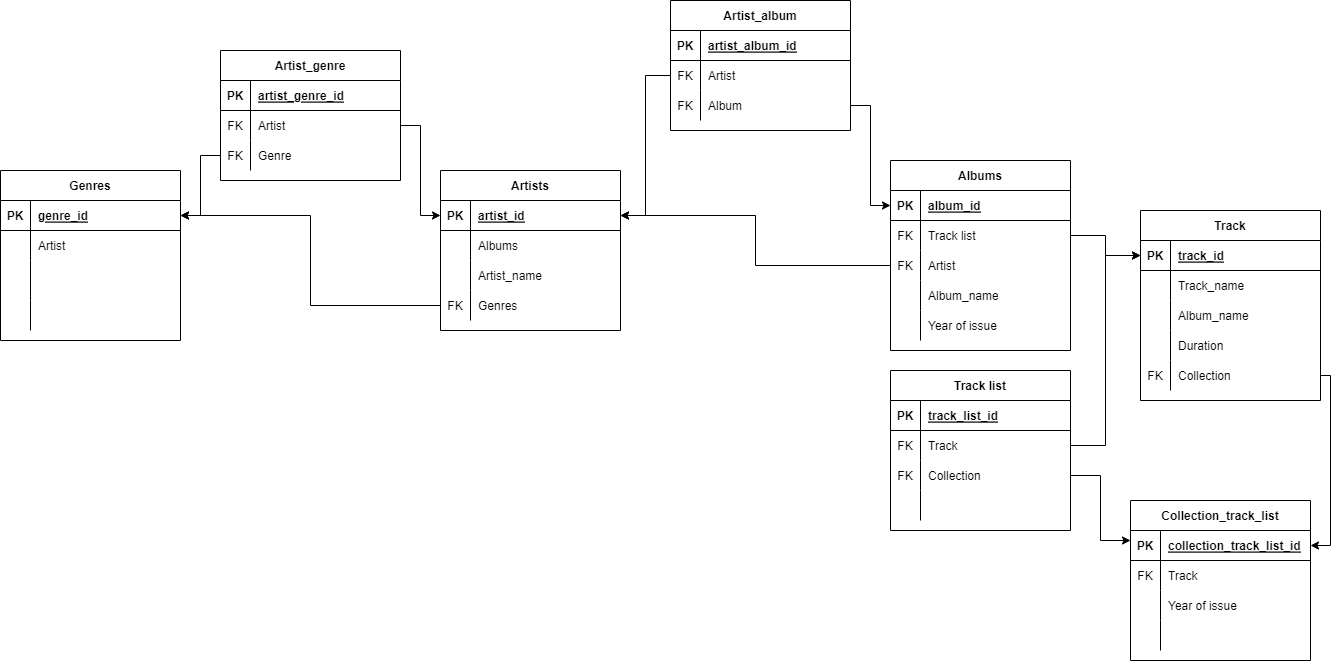
NoL1eZ/sqlpy_dz_2 keeps this draw.io diagram as sqlpy_dz_2.drawio.png. Above is the earlier version. Source tidied: cells renumbered, new cells last; positions are measured from the earlier drawing's top-left corner, leaving out a move shared by most shapes.
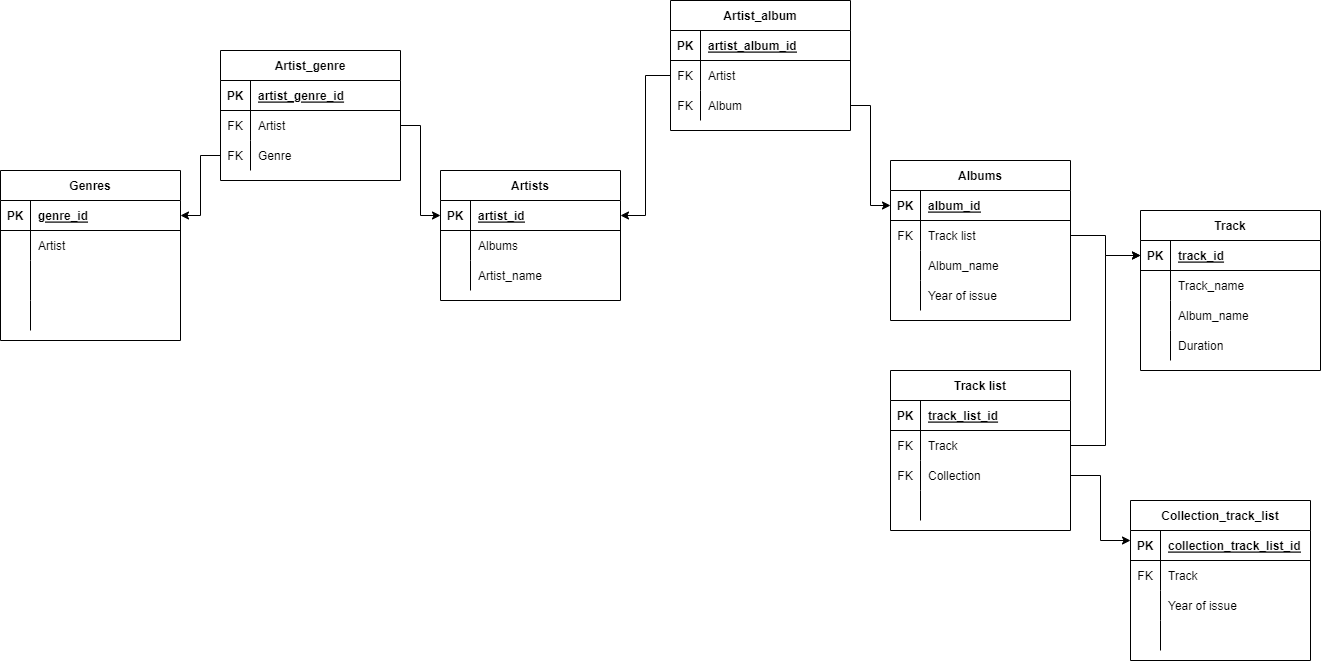
After the commit.

Change to the diagram source:
```diff
@@ -42,7 +42,7 @@
       <mxGeometry x="30" width="150" height="30" as="geometry" />
     </mxCell>
     <mxCell id="15" value="Artists" style="shape=table;startSize=30;rowLines=0;fontStyle=1;align=center;" parent="1" vertex="1">
-      <mxGeometry x="440" y="170" width="180" height="160" as="geometry" />
+      <mxGeometry x="440" y="170" width="180" height="130" as="geometry" />
     </mxCell>
     <mxCell id="16" style="shape=tableRow;horizontal=0;startSize=0;swimlaneHead=0;swimlaneBody=0;fillColor=none;points=[[0,0.5],[1,0.5]];portConstraint=eastwest;top=0;left=0;right=0;bottom=1;" parent="15" vertex="1">
       <mxGeometry y="30" width="180" height="30" as="geometry" />
@@ -71,17 +71,8 @@
     <mxCell id="24" value="Artist_name" style="shape=partialRectangle;fillColor=none;top=0;left=0;bottom=0;right=0;align=left;spacingLeft=6;overflow=hidden;" parent="22" vertex="1">
       <mxGeometry x="30" width="150" height="30" as="geometry" />
     </mxCell>
-    <mxCell id="25" style="shape=tableRow;horizontal=0;startSize=0;swimlaneHead=0;swimlaneBody=0;fillColor=none;points=[[0,0.5],[1,0.5]];portConstraint=eastwest;top=0;left=0;right=0;bottom=0;" parent="15" vertex="1">
-      <mxGeometry y="120" width="180" height="30" as="geometry" />
-    </mxCell>
-    <mxCell id="26" value="FK" style="shape=partialRectangle;fillColor=none;top=0;left=0;bottom=0;right=0;overflow=hidden;" parent="25" vertex="1">
-      <mxGeometry width="30" height="30" as="geometry" />
-    </mxCell>
-    <mxCell id="27" value="Genres" style="shape=partialRectangle;fillColor=none;top=0;left=0;bottom=0;right=0;align=left;spacingLeft=6;overflow=hidden;" parent="25" vertex="1">
-      <mxGeometry x="30" width="150" height="30" as="geometry" />
-    </mxCell>
     <mxCell id="28" value="Albums" style="shape=table;startSize=30;rowLines=0;fontStyle=1;align=center;" parent="1" vertex="1">
-      <mxGeometry x="890" y="160" width="180" height="190" as="geometry" />
+      <mxGeometry x="890" y="160" width="180" height="160" as="geometry" />
     </mxCell>
     <mxCell id="29" style="shape=tableRow;horizontal=0;startSize=0;swimlaneHead=0;swimlaneBody=0;fillColor=none;points=[[0,0.5],[1,0.5]];portConstraint=eastwest;top=0;left=0;right=0;bottom=1;" parent="28" vertex="1">
       <mxGeometry y="30" width="180" height="30" as="geometry" />
@@ -101,17 +92,8 @@
     <mxCell id="34" value="Track list" style="shape=partialRectangle;fillColor=none;top=0;left=0;bottom=0;right=0;align=left;spacingLeft=6;overflow=hidden;" parent="32" vertex="1">
       <mxGeometry x="30" width="150" height="30" as="geometry" />
     </mxCell>
-    <mxCell id="35" style="shape=tableRow;horizontal=0;startSize=0;swimlaneHead=0;swimlaneBody=0;fillColor=none;points=[[0,0.5],[1,0.5]];portConstraint=eastwest;top=0;left=0;right=0;bottom=0;" parent="28" vertex="1">
-      <mxGeometry y="90" width="180" height="30" as="geometry" />
-    </mxCell>
-    <mxCell id="36" value="FK" style="shape=partialRectangle;fillColor=none;top=0;left=0;bottom=0;right=0;overflow=hidden;" parent="35" vertex="1">
-      <mxGeometry width="30" height="30" as="geometry" />
-    </mxCell>
-    <mxCell id="37" value="Artist" style="shape=partialRectangle;fillColor=none;top=0;left=0;bottom=0;right=0;align=left;spacingLeft=6;overflow=hidden;" parent="35" vertex="1">
-      <mxGeometry x="30" width="150" height="30" as="geometry" />
-    </mxCell>
     <mxCell id="38" style="shape=tableRow;horizontal=0;startSize=0;swimlaneHead=0;swimlaneBody=0;fillColor=none;top=0;left=0;right=0;bottom=0;" parent="28" vertex="1">
-      <mxGeometry y="120" width="180" height="30" as="geometry" />
+      <mxGeometry y="90" width="180" height="30" as="geometry" />
     </mxCell>
     <mxCell id="39" style="shape=partialRectangle;fillColor=none;top=0;left=0;bottom=0;right=0;overflow=hidden;" parent="38" vertex="1">
       <mxGeometry width="30" height="30" as="geometry" />
@@ -120,7 +102,7 @@
       <mxGeometry x="30" width="150" height="30" as="geometry" />
     </mxCell>
     <mxCell id="41" style="shape=tableRow;horizontal=0;startSize=0;swimlaneHead=0;swimlaneBody=0;fillColor=none;top=0;left=0;right=0;bottom=0;" parent="28" vertex="1">
-      <mxGeometry y="150" width="180" height="30" as="geometry" />
+      <mxGeometry y="120" width="180" height="30" as="geometry" />
     </mxCell>
     <mxCell id="42" style="shape=partialRectangle;fillColor=none;top=0;left=0;bottom=0;right=0;overflow=hidden;" parent="41" vertex="1">
       <mxGeometry width="30" height="30" as="geometry" />
@@ -168,7 +150,7 @@
       <mxGeometry x="30" width="150" height="30" as="geometry" />
     </mxCell>
     <mxCell id="57" value="Track" style="shape=table;startSize=30;rowLines=0;fontStyle=1;align=center;" parent="1" vertex="1">
-      <mxGeometry x="1140" y="210" width="180" height="190" as="geometry" />
+      <mxGeometry x="1140" y="210" width="180" height="160" as="geometry" />
     </mxCell>
     <mxCell id="58" style="shape=tableRow;horizontal=0;startSize=0;swimlaneHead=0;swimlaneBody=0;fillColor=none;points=[[0,0.5],[1,0.5]];portConstraint=eastwest;top=0;left=0;right=0;bottom=1;" parent="57" vertex="1">
       <mxGeometry y="30" width="180" height="30" as="geometry" />
@@ -206,15 +188,6 @@
     <mxCell id="69" value="Duration" style="shape=partialRectangle;fillColor=none;top=0;left=0;bottom=0;right=0;align=left;spacingLeft=6;overflow=hidden;" parent="67" vertex="1">
       <mxGeometry x="30" width="150" height="30" as="geometry" />
     </mxCell>
-    <mxCell id="70" style="shape=tableRow;horizontal=0;startSize=0;swimlaneHead=0;swimlaneBody=0;fillColor=none;points=[[0,0.5],[1,0.5]];portConstraint=eastwest;top=0;left=0;right=0;bottom=0;" parent="57" vertex="1">
-      <mxGeometry y="150" width="180" height="30" as="geometry" />
-    </mxCell>
-    <mxCell id="71" value="FK" style="shape=partialRectangle;fillColor=none;top=0;left=0;bottom=0;right=0;overflow=hidden;" parent="70" vertex="1">
-      <mxGeometry width="30" height="30" as="geometry" />
-    </mxCell>
-    <mxCell id="72" value="Collection" style="shape=partialRectangle;fillColor=none;top=0;left=0;bottom=0;right=0;align=left;spacingLeft=6;overflow=hidden;" parent="70" vertex="1">
-      <mxGeometry x="30" width="150" height="30" as="geometry" />
-    </mxCell>
     <mxCell id="73" value="Collection_track_list" style="shape=table;startSize=30;rowLines=0;fontStyle=1;align=center;" parent="1" vertex="1">
       <mxGeometry x="1130" y="500" width="180" height="160" as="geometry" />
     </mxCell>
@@ -320,18 +293,12 @@
     <mxCell id="107" value="Album" style="shape=partialRectangle;fillColor=none;top=0;left=0;bottom=0;right=0;align=left;spacingLeft=6;overflow=hidden;" parent="105" vertex="1">
       <mxGeometry x="30" width="150" height="30" as="geometry" />
     </mxCell>
-    <mxCell id="108" style="edgeStyle=orthogonalEdgeStyle;rounded=0;jettySize=auto;html=1;exitX=0;exitY=0.5;exitDx=0;exitDy=0;entryX=1;entryY=0.5;entryDx=0;entryDy=0;" parent="1" edge="1" source="25" target="3">
-      <mxGeometry relative="1" as="geometry" />
-    </mxCell>
     <mxCell id="109" style="edgeStyle=orthogonalEdgeStyle;rounded=0;jettySize=auto;html=1;entryX=1;entryY=0.5;entryDx=0;entryDy=0;" parent="1" edge="1" source="102" target="16">
       <mxGeometry relative="1" as="geometry" />
     </mxCell>
     <mxCell id="110" style="edgeStyle=orthogonalEdgeStyle;rounded=0;jettySize=auto;html=1;entryX=0;entryY=0.5;entryDx=0;entryDy=0;" parent="1" edge="1" source="105" target="29">
       <mxGeometry relative="1" as="geometry" />
     </mxCell>
-    <mxCell id="111" style="edgeStyle=orthogonalEdgeStyle;rounded=0;jettySize=auto;html=1;entryX=1;entryY=0.5;entryDx=0;entryDy=0;" parent="1" edge="1" source="35" target="16">
-      <mxGeometry relative="1" as="geometry" />
-    </mxCell>
     <mxCell id="112" style="edgeStyle=orthogonalEdgeStyle;rounded=0;jettySize=auto;html=1;entryX=0;entryY=0.5;entryDx=0;entryDy=0;" parent="1" edge="1" source="48" target="58">
       <mxGeometry relative="1" as="geometry" />
     </mxCell>
@@ -341,13 +308,5 @@
     <mxCell id="114" style="edgeStyle=orthogonalEdgeStyle;rounded=0;jettySize=auto;html=1;entryX=0;entryY=0.25;entryDx=0;entryDy=0;" parent="1" edge="1" source="51" target="73">
       <mxGeometry relative="1" as="geometry" />
     </mxCell>
-    <mxCell id="115" style="edgeStyle=orthogonalEdgeStyle;rounded=0;jettySize=auto;html=1;entryX=1;entryY=0.5;entryDx=0;entryDy=0;" parent="1" edge="1" source="70" target="74">
-      <mxGeometry relative="1" as="geometry">
-        <Array as="points">
-          <mxPoint x="1330" y="375" />
-          <mxPoint x="1330" y="545" />
-        </Array>
-      </mxGeometry>
-    </mxCell>
   </root>
 </mxGraphModel>
```
